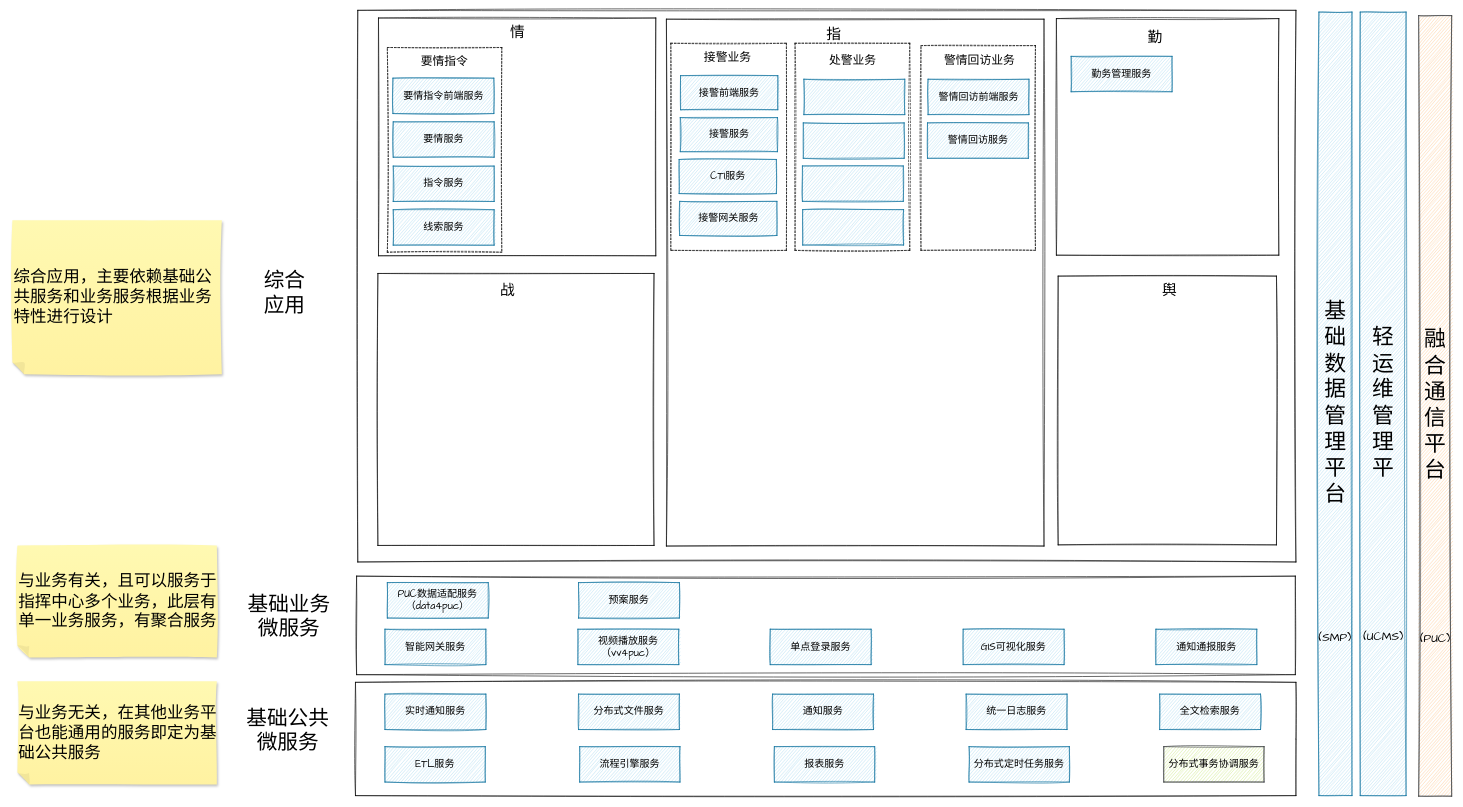
chensiyu123456/drawio-files keeps this draw.io diagram as page "服务分层分域结构图" (2 of 3) of 基于云平台的微服务架构.drawio. Above is the earlier version. Source tidied: cells renumbered, new cells numbered last; positions are measured from the earlier drawing's top-left corner, leaving out a move shared by most shapes. Both pictures are drawn from the tidied source at 59%, with x=0, y=0 at pixel (12, 10).
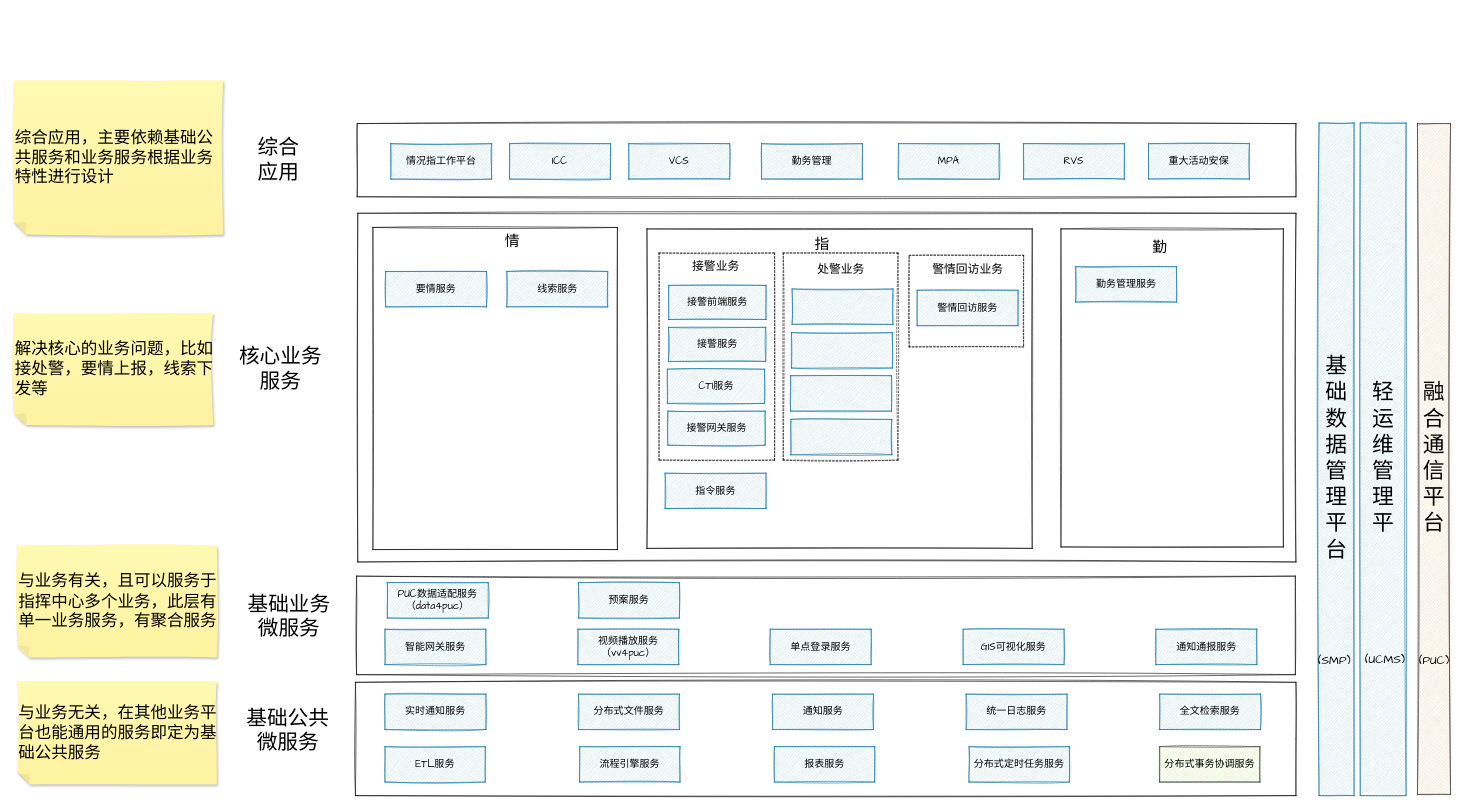
Above is the later version.

Diff of the diagram source:
```diff
@@
     <mxCell id="2" style="rounded=0;whiteSpace=wrap;html=1;sketch=1;hachureGap=4;fontFamily=Architects Daughter;fontSize=17;fontColor=#000000;" parent="1" vertex="1">
-      <mxGeometry x="584.9" width="1590.1" height="935" as="geometry" />
+      <mxGeometry x="584.9" y="344" width="1590.1" height="591" as="geometry" />
     </mxCell>
     <mxCell id="3" style="rounded=0;whiteSpace=wrap;html=1;sketch=1;hachureGap=4;fontFamily=Architects Daughter;fontSize=20;fontColor=#000000;" parent="1" vertex="1">
-      <mxGeometry x="1108" y="15" width="640" height="893" as="geometry" />
+      <mxGeometry x="1075" y="370.5" width="653" height="541.5" as="geometry" />
     </mxCell>
     <mxCell id="4" style="rounded=0;whiteSpace=wrap;html=1;sketch=1;hachureGap=4;fontFamily=Architects Daughter;fontSize=20;fontColor=#000000;" parent="1" vertex="1">
-      <mxGeometry x="620" y="13" width="470" height="403" as="geometry" />
+      <mxGeometry x="610.5" y="368" width="414.5" height="546" as="geometry" />
     </mxCell>
-    <mxCell id="5" style="rounded=0;whiteSpace=wrap;html=1;sketch=1;hachureGap=4;fontFamily=Architects Daughter;fontSize=20;" parent="1" vertex="1">
-      <mxGeometry x="619" y="446" width="468" height="461" as="geometry" />
-    </mxCell>
@@
     <mxCell id="18" style="group;" parent="1" vertex="1">
-      <mxGeometry x="2380" y="9" width="61" height="1323" as="geometry" />
+      <mxGeometry x="2378" y="192" width="61" height="1137" as="geometry" />
     </mxCell>
     <mxCell id="19" value="融合通信平台" style="rounded=0;whiteSpace=wrap;html=1;sketch=1;hachureGap=4;fontFamily=Architects Daughter;fontSize=37;fillColor=#ffcc99;strokeColor=#36393d;" parent="18" vertex="1">
-      <mxGeometry x="3" width="56" height="1323" as="geometry" />
+      <mxGeometry x="3" width="56" height="1137" as="geometry" />
     </mxCell>
     <mxCell id="20" value="(PUC)" style="text;html=1;align=center;verticalAlign=middle;strokeColor=none;fillColor=none;sketch=1;hachureGap=4;fontFamily=Architects Daughter;fontSize=20;fontColor=#000000;" parent="18" vertex="1">
-      <mxGeometry y="1041" width="61" height="28" as="geometry" />
+      <mxGeometry y="894.6" width="61" height="28" as="geometry" />
     </mxCell>
@@
     <mxCell id="23" style="group;" parent="1" vertex="1">
-      <mxGeometry x="2210" y="3" width="65" height="1328" as="geometry" />
+      <mxGeometry x="2210" y="191" width="69" height="1140" as="geometry" />
     </mxCell>
     <mxCell id="24" value="基础数据管理平台" style="rounded=0;whiteSpace=wrap;html=1;sketch=1;hachureGap=4;fontFamily=Architects Daughter;fontSize=37;fillColor=#b1ddf0;strokeColor=#10739e;" parent="23" vertex="1">
-      <mxGeometry x="4" width="56" height="1328" as="geometry" />
+      <mxGeometry x="4.2" width="59.4" height="1140" as="geometry" />
     </mxCell>
     <mxCell id="25" value="(SMP)" style="text;html=1;align=center;verticalAlign=middle;strokeColor=none;fillColor=none;sketch=1;hachureGap=4;fontFamily=Architects Daughter;fontSize=20;fontColor=#000000;" parent="23" vertex="1">
-      <mxGeometry x="-2" y="1044.6" width="65" height="28" as="geometry" />
+      <mxGeometry x="-2.1" y="896.8" width="65" height="28" as="geometry" />
     </mxCell>
@@
     <mxCell id="28" value="轻&lt;br&gt;运&lt;br&gt;维&lt;br&gt;管&lt;br&gt;理&lt;br&gt;平" style="rounded=0;whiteSpace=wrap;html=1;sketch=1;hachureGap=4;fontFamily=Architects Daughter;fontSize=37;fillColor=#b1ddf0;strokeColor=#10739e;" parent="1" vertex="1">
-      <mxGeometry x="2284" y="3" width="77.7" height="1328" as="geometry" />
+      <mxGeometry x="2284" y="191" width="77.7" height="1140" as="geometry" />
     </mxCell>
     <mxCell id="29" value="(UCMS)" style="text;html=1;align=center;verticalAlign=middle;strokeColor=none;fillColor=none;sketch=1;hachureGap=4;fontFamily=Architects Daughter;fontSize=20;fontColor=#000000;" parent="1" vertex="1">
-      <mxGeometry x="2284" y="1047" width="78" height="28" as="geometry" />
+      <mxGeometry x="2287" y="1085" width="78" height="28" as="geometry" />
     </mxCell>
@@
     <mxCell id="34" value="分布式事务协调服务" style="rounded=0;whiteSpace=wrap;html=1;sketch=1;hachureGap=4;fontFamily=Architects Daughter;fontSize=17;fillColor=#cdeb8b;strokeColor=#36393d;" parent="1" vertex="1">
-      <mxGeometry x="1951" y="1248" width="170" height="60" as="geometry" />
+      <mxGeometry x="1944" y="1248" width="170" height="60" as="geometry" />
     </mxCell>
@@
-    <mxCell id="36" value="综合&lt;br style=&quot;font-size: 35px;&quot;&gt;应用" style="text;strokeColor=none;fillColor=none;html=1;align=center;verticalAlign=middle;whiteSpace=wrap;rounded=0;sketch=1;hachureGap=4;fontFamily=Architects Daughter;fontSize=35;fontColor=#000000;" parent="1" vertex="1">
-      <mxGeometry x="351" y="336.9" width="220" height="284" as="geometry" />
+    <mxCell id="36" value="核心业务&lt;br&gt;服务" style="text;strokeColor=none;fillColor=none;html=1;align=center;verticalAlign=middle;whiteSpace=wrap;rounded=0;sketch=1;hachureGap=4;fontFamily=Architects Daughter;fontSize=35;fontColor=#000000;" parent="1" vertex="1">
+      <mxGeometry x="340" y="541" width="228" height="134.1" as="geometry" />
     </mxCell>
     <mxCell id="37" value="综合应用，主要依赖基础公共服务和业务服务根据业务特性进行设计" style="shape=note;whiteSpace=wrap;html=1;backgroundOutline=1;fontColor=#000000;darkOpacity=0.05;fillColor=#FFF9B2;strokeColor=none;fillStyle=solid;direction=west;gradientDirection=north;gradientColor=#FFF2A1;shadow=1;size=20;sketch=1;hachureGap=4;fontFamily=Architects Daughter;fontSize=28;align=left;" parent="1" vertex="1">
-      <mxGeometry x="-0.5" y="355.9" width="355" height="261" as="geometry" />
+      <mxGeometry x="2" y="119" width="355" height="261" as="geometry" />
     </mxCell>
@@
-    <mxCell id="40" style="rounded=0;whiteSpace=wrap;html=1;sketch=1;hachureGap=4;fontFamily=Architects Daughter;fontSize=20;fontColor=#000000;dashed=1;" parent="1" vertex="1">
-      <mxGeometry x="635" y="63" width="194" height="347" as="geometry" />
-    </mxCell>
     <mxCell id="41" value="要情服务" style="rounded=0;whiteSpace=wrap;html=1;sketch=1;hachureGap=4;fontFamily=Architects Daughter;fontSize=17;fillColor=#b1ddf0;strokeColor=#10739e;" parent="1" vertex="1">
-      <mxGeometry x="645" y="189" width="171" height="60" as="geometry" />
+      <mxGeometry x="632.2" y="442.6" width="171" height="60" as="geometry" />
     </mxCell>
-    <mxCell id="42" value="指令服务" style="rounded=0;whiteSpace=wrap;html=1;sketch=1;hachureGap=4;fontFamily=Architects Daughter;fontSize=17;fillColor=#b1ddf0;strokeColor=#10739e;" parent="1" vertex="1">
-      <mxGeometry x="645" y="264" width="171" height="60" as="geometry" />
-    </mxCell>
     <mxCell id="43" value="线索服务" style="rounded=0;whiteSpace=wrap;html=1;sketch=1;hachureGap=4;fontFamily=Architects Daughter;fontSize=17;fillColor=#b1ddf0;strokeColor=#10739e;" parent="1" vertex="1">
-      <mxGeometry x="645" y="338" width="171" height="60" as="geometry" />
+      <mxGeometry x="837.5" y="442.6" width="171" height="60" as="geometry" />
     </mxCell>
-    <mxCell id="44" value="要情指令前端服务" style="rounded=0;whiteSpace=wrap;html=1;sketch=1;hachureGap=4;fontFamily=Architects Daughter;fontSize=17;fillColor=#b1ddf0;strokeColor=#10739e;" parent="1" vertex="1">
-      <mxGeometry x="644.5" y="115" width="171" height="60" as="geometry" />
-    </mxCell>
-    <mxCell id="45" value="要情指令" style="text;strokeColor=none;fillColor=none;html=1;align=center;verticalAlign=middle;whiteSpace=wrap;rounded=0;sketch=1;hachureGap=4;fontFamily=Architects Daughter;fontSize=20;fontColor=#000000;" parent="1" vertex="1">
-      <mxGeometry x="651" y="78" width="162" height="18" as="geometry" />
-    </mxCell>
     <mxCell id="46" style="rounded=0;whiteSpace=wrap;html=1;sketch=1;hachureGap=4;fontFamily=Architects Daughter;fontSize=20;fontColor=#000000;dashed=1;" parent="1" vertex="1">
-      <mxGeometry x="1326" y="55.8" width="194.5" height="351" as="geometry" />
+      <mxGeometry x="1306" y="411.3" width="194.5" height="351" as="geometry" />
     </mxCell>
     <mxCell id="47" style="rounded=0;whiteSpace=wrap;html=1;sketch=1;hachureGap=4;fontFamily=Architects Daughter;fontSize=17;fillColor=#b1ddf0;strokeColor=#10739e;" parent="1" vertex="1">
-      <mxGeometry x="1338.5" y="263.8" width="171" height="60" as="geometry" />
+      <mxGeometry x="1318.5" y="619.3" width="171" height="60" as="geometry" />
     </mxCell>
     <mxCell id="48" style="rounded=0;whiteSpace=wrap;html=1;sketch=1;hachureGap=4;fontFamily=Architects Daughter;fontSize=17;fillColor=#b1ddf0;strokeColor=#10739e;" parent="1" vertex="1">
-      <mxGeometry x="1339" y="337.8" width="171" height="60" as="geometry" />
+      <mxGeometry x="1319" y="693.3" width="171" height="60" as="geometry" />
     </mxCell>
     <mxCell id="49" style="rounded=0;whiteSpace=wrap;html=1;sketch=1;hachureGap=4;fontFamily=Architects Daughter;fontSize=17;fillColor=#b1ddf0;strokeColor=#10739e;" parent="1" vertex="1">
-      <mxGeometry x="1340" y="190.8" width="171" height="60" as="geometry" />
+      <mxGeometry x="1320" y="546.3" width="171" height="60" as="geometry" />
     </mxCell>
     <mxCell id="50" value="处警业务" style="text;strokeColor=none;fillColor=none;html=1;align=center;verticalAlign=middle;whiteSpace=wrap;rounded=0;sketch=1;hachureGap=4;fontFamily=Architects Daughter;fontSize=20;fontColor=#000000;" parent="1" vertex="1">
-      <mxGeometry x="1343" y="74.8" width="162" height="18" as="geometry" />
+      <mxGeometry x="1323" y="430.3" width="162" height="18" as="geometry" />
     </mxCell>
     <mxCell id="51" style="rounded=0;whiteSpace=wrap;html=1;sketch=1;hachureGap=4;fontFamily=Architects Daughter;fontSize=17;fillColor=#b1ddf0;strokeColor=#10739e;" parent="1" vertex="1">
-      <mxGeometry x="1341" y="116.8" width="171" height="60" as="geometry" />
+      <mxGeometry x="1321" y="472.3" width="171" height="60" as="geometry" />
     </mxCell>
     <mxCell id="52" style="rounded=0;whiteSpace=wrap;html=1;sketch=1;hachureGap=4;fontFamily=Architects Daughter;fontSize=20;fontColor=#000000;dashed=1;" parent="1" vertex="1">
-      <mxGeometry x="1539.5" y="59.8" width="194" height="347" as="geometry" />
+      <mxGeometry x="1519.5" y="415.3" width="194" height="155.2" as="geometry" />
     </mxCell>
     <mxCell id="53" value="警情回访服务" style="rounded=0;whiteSpace=wrap;html=1;sketch=1;hachureGap=4;fontFamily=Architects Daughter;fontSize=17;fillColor=#b1ddf0;strokeColor=#10739e;" parent="1" vertex="1">
-      <mxGeometry x="1550.5" y="190.8" width="171" height="60" as="geometry" />
+      <mxGeometry x="1533" y="474.5" width="171" height="60" as="geometry" />
     </mxCell>
-    <mxCell id="54" value="警情回访前端服务" style="rounded=0;whiteSpace=wrap;html=1;sketch=1;hachureGap=4;fontFamily=Architects Daughter;fontSize=17;fillColor=#b1ddf0;strokeColor=#10739e;" parent="1" vertex="1">
-      <mxGeometry x="1551.5" y="116.8" width="171" height="60" as="geometry" />
-    </mxCell>
     <mxCell id="55" value="警情回访业务" style="text;strokeColor=none;fillColor=none;html=1;align=center;verticalAlign=middle;whiteSpace=wrap;rounded=0;sketch=1;hachureGap=4;fontFamily=Architects Daughter;fontSize=20;fontColor=#000000;" parent="1" vertex="1">
-      <mxGeometry x="1557.5" y="74.8" width="162" height="18" as="geometry" />
+      <mxGeometry x="1537.5" y="430.3" width="162" height="18" as="geometry" />
     </mxCell>
     <mxCell id="56" style="rounded=0;whiteSpace=wrap;html=1;sketch=1;hachureGap=4;fontFamily=Architects Daughter;fontSize=20;fontColor=#000000;dashed=1;" parent="1" vertex="1">
-      <mxGeometry x="1115.5" y="55.8" width="195.9" height="351" as="geometry" />
+      <mxGeometry x="1095.5" y="411.3" width="195.9" height="351" as="geometry" />
     </mxCell>
     <mxCell id="57" value="CTI服务" style="rounded=0;whiteSpace=wrap;html=1;sketch=1;hachureGap=4;fontFamily=Architects Daughter;fontSize=17;fillColor=#b1ddf0;strokeColor=#10739e;" parent="1" vertex="1">
-      <mxGeometry x="1129.6" y="252.8" width="164.8" height="57.8" as="geometry" />
+      <mxGeometry x="1109.6" y="608.3" width="164.8" height="57.8" as="geometry" />
     </mxCell>
     <mxCell id="58" value="接警网关服务" style="rounded=0;whiteSpace=wrap;html=1;sketch=1;hachureGap=4;fontFamily=Architects Daughter;fontSize=17;fillColor=#b1ddf0;strokeColor=#10739e;" parent="1" vertex="1">
-      <mxGeometry x="1130.5" y="323.8" width="164.8" height="57.8" as="geometry" />
+      <mxGeometry x="1110.5" y="679.3" width="164.8" height="57.8" as="geometry" />
     </mxCell>
     <mxCell id="59" value="接警服务" style="rounded=0;whiteSpace=wrap;html=1;sketch=1;hachureGap=4;fontFamily=Architects Daughter;fontSize=17;fillColor=#b1ddf0;strokeColor=#10739e;" parent="1" vertex="1">
-      <mxGeometry x="1131.5" y="181.8" width="164.8" height="57.8" as="geometry" />
+      <mxGeometry x="1111.5" y="537.3" width="164.8" height="57.8" as="geometry" />
     </mxCell>
     <mxCell id="60" value="接警业务" style="text;strokeColor=none;fillColor=none;html=1;align=center;verticalAlign=middle;whiteSpace=wrap;rounded=0;sketch=1;hachureGap=4;fontFamily=Architects Daughter;fontSize=20;fontColor=#000000;" parent="1" vertex="1">
-      <mxGeometry x="1133.9" y="70.2" width="156.1" height="17.4" as="geometry" />
+      <mxGeometry x="1113.9" y="425.7" width="156.1" height="17.4" as="geometry" />
     </mxCell>
     <mxCell id="61" value="接警前端服务" style="rounded=0;whiteSpace=wrap;html=1;sketch=1;hachureGap=4;fontFamily=Architects Daughter;fontSize=17;fillColor=#b1ddf0;strokeColor=#10739e;" parent="1" vertex="1">
-      <mxGeometry x="1132" y="110.7" width="164.8" height="57.8" as="geometry" />
+      <mxGeometry x="1112" y="466.2" width="164.8" height="57.8" as="geometry" />
     </mxCell>
-    <mxCell id="62" style="rounded=0;whiteSpace=wrap;html=1;sketch=1;hachureGap=4;fontFamily=Architects Daughter;fontSize=20;fontColor=#000000;" parent="1" vertex="1">
-      <mxGeometry x="1772" y="450.5" width="370" height="455.5" as="geometry" />
-    </mxCell>
-    <mxCell id="63" value="舆" style="text;strokeColor=none;fillColor=none;html=1;align=center;verticalAlign=middle;whiteSpace=wrap;rounded=0;sketch=1;hachureGap=4;fontFamily=Architects Daughter;fontSize=25;fontColor=#000000;" parent="1" vertex="1">
-      <mxGeometry x="1850" y="466" width="222" height="18" as="geometry" />
-    </mxCell>
     <mxCell id="64" value="情" style="text;strokeColor=none;fillColor=none;html=1;align=center;verticalAlign=middle;whiteSpace=wrap;rounded=0;sketch=1;hachureGap=4;fontFamily=Architects Daughter;fontSize=25;fontColor=#000000;" parent="1" vertex="1">
-      <mxGeometry x="740" y="28" width="232" height="18" as="geometry" />
+      <mxGeometry x="730.5" y="383" width="232" height="18" as="geometry" />
     </mxCell>
     <mxCell id="65" value="指" style="text;strokeColor=none;fillColor=none;html=1;align=center;verticalAlign=middle;whiteSpace=wrap;rounded=0;sketch=1;hachureGap=4;fontFamily=Architects Daughter;fontSize=25;fontColor=#000000;" parent="1" vertex="1">
-      <mxGeometry x="1276" y="32" width="232" height="18" as="geometry" />
+      <mxGeometry x="1256" y="387.5" width="232" height="18" as="geometry" />
     </mxCell>
     <mxCell id="66" style="rounded=0;whiteSpace=wrap;html=1;sketch=1;hachureGap=4;fontFamily=Architects Daughter;fontSize=20;fontColor=#000000;" parent="1" vertex="1">
-      <mxGeometry x="1769" y="14" width="377" height="401" as="geometry" />
+      <mxGeometry x="1776.7" y="370.5" width="377" height="539" as="geometry" />
     </mxCell>
     <mxCell id="67" value="勤" style="text;strokeColor=none;fillColor=none;html=1;align=center;verticalAlign=middle;whiteSpace=wrap;rounded=0;sketch=1;hachureGap=4;fontFamily=Architects Daughter;fontSize=25;fontColor=#000000;" parent="1" vertex="1">
-      <mxGeometry x="1763.3" y="35.2" width="347.4" height="20.6" as="geometry" />
+      <mxGeometry x="1771" y="391.7" width="347.4" height="20.6" as="geometry" />
     </mxCell>
     <mxCell id="68" value="勤务管理服务" style="rounded=0;whiteSpace=wrap;html=1;sketch=1;hachureGap=4;fontFamily=Architects Daughter;fontSize=17;fillColor=#b1ddf0;strokeColor=#10739e;" parent="1" vertex="1">
-      <mxGeometry x="1794" y="78" width="171" height="60" as="geometry" />
+      <mxGeometry x="1801.7" y="434.5" width="171" height="60" as="geometry" />
     </mxCell>
-    <mxCell id="69" value="战" style="text;strokeColor=none;fillColor=none;html=1;align=center;verticalAlign=middle;whiteSpace=wrap;rounded=0;sketch=1;hachureGap=4;fontFamily=Architects Daughter;fontSize=25;fontColor=#000000;" parent="1" vertex="1">
-      <mxGeometry x="723" y="466" width="232" height="18" as="geometry" />
-    </mxCell>
+    <mxCell id="70" value="综合&lt;br style=&quot;font-size: 35px;&quot;&gt;应用" style="text;strokeColor=none;fillColor=none;html=1;align=center;verticalAlign=middle;whiteSpace=wrap;rounded=0;sketch=1;hachureGap=4;fontFamily=Architects Daughter;fontSize=35;fontColor=#000000;" parent="1" vertex="1">
+      <mxGeometry x="389" y="187" width="123" height="134.1" as="geometry" />
+    </mxCell>
+    <mxCell id="71" style="rounded=0;whiteSpace=wrap;html=1;sketch=1;hachureGap=4;fontFamily=Architects Daughter;fontSize=20;" parent="1" vertex="1">
+      <mxGeometry x="583.9" y="192" width="1591.1" height="124" as="geometry" />
+    </mxCell>
+    <mxCell id="72" value="情况指工作平台" style="rounded=0;whiteSpace=wrap;html=1;sketch=1;hachureGap=4;fontFamily=Architects Daughter;fontSize=17;fillColor=#b1ddf0;strokeColor=#10739e;" parent="1" vertex="1">
+      <mxGeometry x="640.8" y="226" width="171" height="60" as="geometry" />
+    </mxCell>
+    <mxCell id="73" value="ICC" style="rounded=0;whiteSpace=wrap;html=1;sketch=1;hachureGap=4;fontFamily=Architects Daughter;fontSize=17;fillColor=#b1ddf0;strokeColor=#10739e;" parent="1" vertex="1">
+      <mxGeometry x="842.2" y="226" width="171" height="60" as="geometry" />
+    </mxCell>
+    <mxCell id="74" value="VCS" style="rounded=0;whiteSpace=wrap;html=1;sketch=1;hachureGap=4;fontFamily=Architects Daughter;fontSize=17;fillColor=#b1ddf0;strokeColor=#10739e;" parent="1" vertex="1">
+      <mxGeometry x="1044.2" y="226" width="171" height="60" as="geometry" />
+    </mxCell>
+    <mxCell id="75" value="勤务管理" style="rounded=0;whiteSpace=wrap;html=1;sketch=1;hachureGap=4;fontFamily=Architects Daughter;fontSize=17;fillColor=#b1ddf0;strokeColor=#10739e;" parent="1" vertex="1">
+      <mxGeometry x="1269.2" y="226" width="171" height="60" as="geometry" />
+    </mxCell>
+    <mxCell id="76" value="MPA" style="rounded=0;whiteSpace=wrap;html=1;sketch=1;hachureGap=4;fontFamily=Architects Daughter;fontSize=17;fillColor=#b1ddf0;strokeColor=#10739e;" parent="1" vertex="1">
+      <mxGeometry x="1501.2" y="226" width="171" height="60" as="geometry" />
+    </mxCell>
+    <mxCell id="77" value="RVS" style="rounded=0;whiteSpace=wrap;html=1;sketch=1;hachureGap=4;fontFamily=Architects Daughter;fontSize=17;fillColor=#b1ddf0;strokeColor=#10739e;" parent="1" vertex="1">
+      <mxGeometry x="1713.2" y="226" width="171" height="60" as="geometry" />
+    </mxCell>
+    <mxCell id="78" value="重大活动安保" style="rounded=0;whiteSpace=wrap;html=1;sketch=1;hachureGap=4;fontFamily=Architects Daughter;fontSize=17;fillColor=#b1ddf0;strokeColor=#10739e;" parent="1" vertex="1">
+      <mxGeometry x="1925.2" y="226" width="171" height="60" as="geometry" />
+    </mxCell>
+    <mxCell id="42" value="指令服务" style="rounded=0;whiteSpace=wrap;html=1;sketch=1;hachureGap=4;fontFamily=Architects Daughter;fontSize=17;fillColor=#b1ddf0;strokeColor=#10739e;" parent="1" vertex="1">
+      <mxGeometry x="1105.8" y="784.5" width="171" height="60" as="geometry" />
+    </mxCell>
+    <mxCell id="79" value="解决核心的业务问题，比如接处警，要情上报，线索下发等" style="shape=note;whiteSpace=wrap;html=1;backgroundOutline=1;fontColor=#000000;darkOpacity=0.05;fillColor=#FFF9B2;strokeColor=none;fillStyle=solid;direction=west;gradientDirection=north;gradientColor=#FFF2A1;shadow=1;size=20;sketch=1;hachureGap=4;fontFamily=Architects Daughter;fontSize=28;align=left;" parent="1" vertex="1">
+      <mxGeometry x="2" y="513" width="338" height="190" as="geometry" />
+    </mxCell>
```
